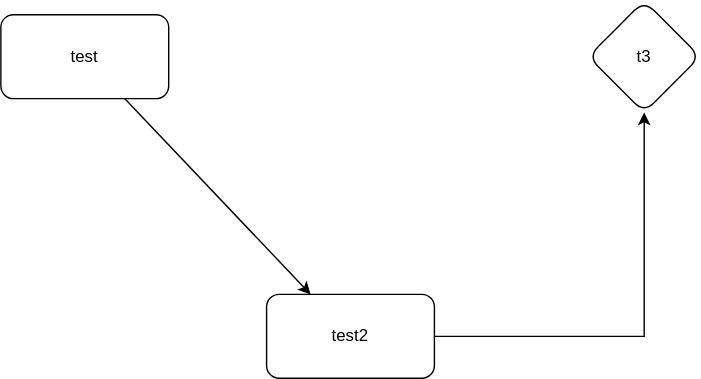
The draw.io diagram sandbox.drawio.svg in lig-noppy/sandbox-doc, before a commit. Source tidied: cells renumbered, new cells last; positions are measured from the earlier drawing's top-left corner, leaving out a move shared by most shapes. Source of this version:
```xml
<mxGraphModel>
  <root>
    <mxCell id="0" />
    <mxCell id="1" parent="0" />
    <mxCell id="2" style="edgeStyle=none;html=1;" parent="1" edge="1" source="3" target="5">
      <mxGeometry relative="1" as="geometry" />
    </mxCell>
    <mxCell id="3" value="test" style="rounded=1;whiteSpace=wrap;html=1;" parent="1" vertex="1">
      <mxGeometry y="10" width="120" height="60" as="geometry" />
    </mxCell>
    <mxCell id="4" style="edgeStyle=orthogonalEdgeStyle;rounded=0;jettySize=auto;html=1;" parent="1" edge="1" source="5" target="6">
      <mxGeometry relative="1" as="geometry" />
    </mxCell>
    <mxCell id="5" value="test2" style="whiteSpace=wrap;html=1;rounded=1;" parent="1" vertex="1">
      <mxGeometry x="190" y="210" width="120" height="60" as="geometry" />
    </mxCell>
    <mxCell id="6" value="t3" style="rhombus;whiteSpace=wrap;html=1;rounded=1;" parent="1" vertex="1">
      <mxGeometry x="420" width="80" height="80" as="geometry" />
    </mxCell>
  </root>
</mxGraphModel>
```
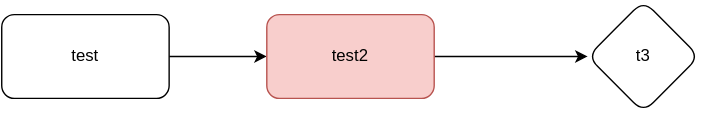
Above is the later version.

Commit message:
sandbox.drawio.svg を更新します

Change to the diagram source:
```diff
@@ -11,8 +11,8 @@
     <mxCell id="4" style="edgeStyle=orthogonalEdgeStyle;rounded=0;jettySize=auto;html=1;" parent="1" edge="1" source="5" target="6">
       <mxGeometry relative="1" as="geometry" />
     </mxCell>
-    <mxCell id="5" value="test2" style="whiteSpace=wrap;html=1;rounded=1;" parent="1" vertex="1">
-      <mxGeometry x="190" y="210" width="120" height="60" as="geometry" />
+    <mxCell id="5" value="test2" style="whiteSpace=wrap;html=1;rounded=1;fillColor=#f8cecc;strokeColor=#b85450;" parent="1" vertex="1">
+      <mxGeometry x="190" y="10" width="120" height="60" as="geometry" />
     </mxCell>
     <mxCell id="6" value="t3" style="rhombus;whiteSpace=wrap;html=1;rounded=1;" parent="1" vertex="1">
       <mxGeometry x="420" width="80" height="80" as="geometry" />
```
